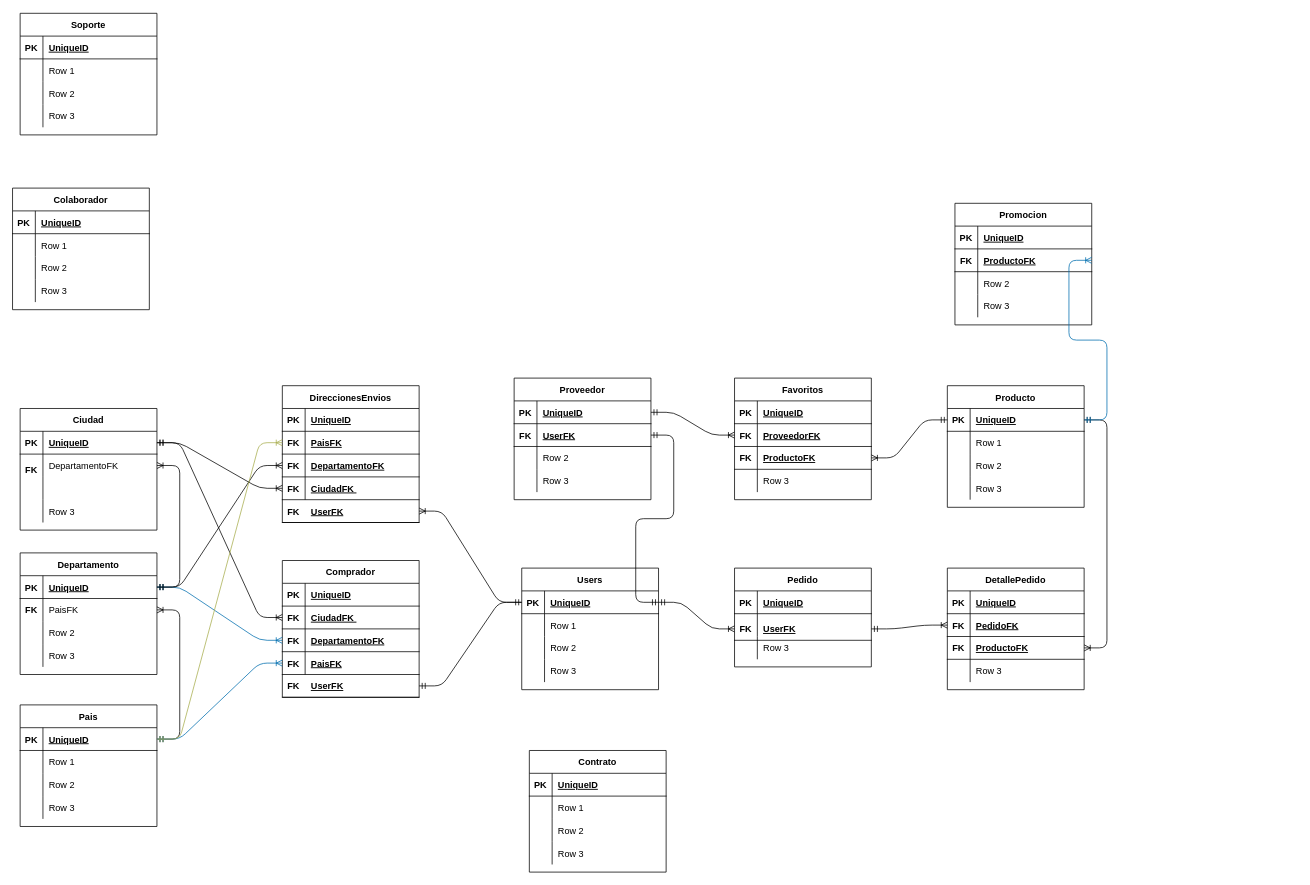
Earlier version of the draw.io diagram Src/Resources/DataBase/db.drawio (dylan-script/Lappiz_MercaFruta). Source tidied: cells renumbered, new cells numbered last; positions are measured from the earlier drawing's top-left corner, leaving out a move shared by most shapes. Both pictures are drawn from the tidied source at 76%, with x=0, y=0 at pixel (12, 13).
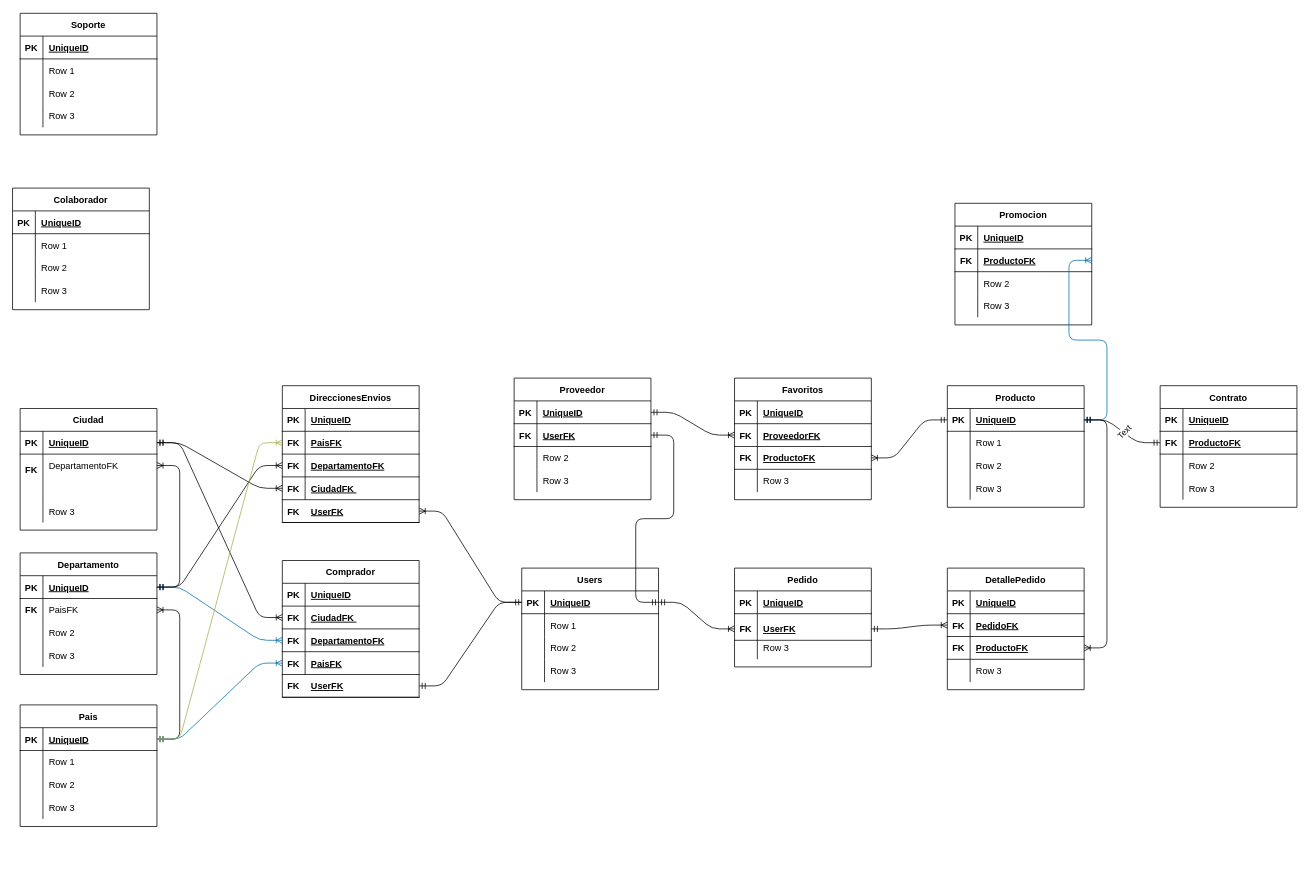
After the change.

Unchanged cells that the change refers to:
```xml
<mxCell id="191" style="shape=partialRectangle;fillColor=none;top=0;left=0;bottom=0;right=0;" parent="187" vertex="1">
  <mxGeometry y="60" width="180" height="30" as="geometry" />
</mxCell>
<mxCell id="213" style="shape=partialRectangle;fillColor=none;top=0;left=0;bottom=1;right=0;points=[[0,0.5],[1,0.5]];portConstraint=eastwest;" parent="212" vertex="1">
  <mxGeometry y="30" width="180" height="30" as="geometry" />
</mxCell>
```

Diff of the diagram source:
```diff
@@
     <mxCell id="187" value="Contrato" style="shape=table;startSize=30;childLayout=tableLayout;rowLines=0;fontStyle=1;align=center;" parent="1" vertex="1">
-      <mxGeometry x="680" y="970" width="180" height="160" as="geometry" />
+      <mxGeometry x="1510" y="490" width="180" height="160" as="geometry" />
     </mxCell>
@@
-    <mxCell id="193" value="Row 1" style="shape=partialRectangle;fillColor=none;top=0;left=0;bottom=0;right=0;align=left;spacingLeft=6;overflow=hidden;" parent="191" vertex="1">
+    <mxCell id="193" style="shape=partialRectangle;fillColor=none;top=0;left=0;bottom=0;right=0;align=left;spacingLeft=6;overflow=hidden;" parent="191" vertex="1">
       <mxGeometry x="30" width="150" height="30" as="geometry" />
     </mxCell>
@@
+    <mxCell id="258" style="shape=partialRectangle;fillColor=none;top=0;left=0;bottom=1;right=0;points=[[0,0.5],[1,0.5]];portConstraint=eastwest;" parent="1" vertex="1">
+      <mxGeometry x="1510" y="550" width="180" height="30" as="geometry" />
+    </mxCell>
+    <mxCell id="259" value="FK" style="shape=partialRectangle;fillColor=none;top=0;left=0;bottom=0;right=0;fontStyle=1;overflow=hidden;" parent="258" vertex="1">
+      <mxGeometry width="30" height="30" as="geometry" />
+    </mxCell>
+    <mxCell id="260" value="ProductoFK" style="shape=partialRectangle;fillColor=none;top=0;left=0;bottom=0;right=0;align=left;spacingLeft=6;fontStyle=5;overflow=hidden;" parent="258" vertex="1">
+      <mxGeometry x="30" width="150" height="30" as="geometry" />
+    </mxCell>
+    <mxCell id="261" style="edgeStyle=entityRelationEdgeStyle;fontSize=12;html=1;endArrow=ERmandOne;startArrow=ERmandOne;entryX=0;entryY=0.5;entryDx=0;entryDy=0;exitX=1;exitY=0.5;exitDx=0;exitDy=0;" parent="1" edge="1" source="213" target="258">
+      <mxGeometry relative="1" as="geometry" />
+    </mxCell>
+    <mxCell id="262" value="Text" style="edgeLabel;html=1;align=center;verticalAlign=middle;rotation=-45;" parent="261" vertex="1">
+      <mxGeometry x="0.03" relative="1" as="geometry">
+        <mxPoint x="1" as="offset" />
+      </mxGeometry>
+    </mxCell>
```
